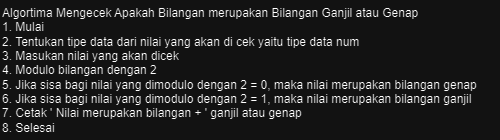
Before: 4-StudyCase-Algoritma-Ganjil Genap.drawio.png, a diagram exported from draw.io (mfdrfauzi/fwg17-computer-science). Source tidied: cells renumbered, new cells last; positions are measured from the earlier drawing's top-left corner, leaving out a move shared by most shapes. Source of this version:
```xml
<mxGraphModel>
  <root>
    <mxCell id="0" />
    <mxCell id="1" parent="0" />
    <mxCell id="2" value="Algortima Mengecek Apakah Bilangan merupakan Bilangan Ganjil atau Genap&lt;br&gt;1. Mulai&lt;br&gt;2. Tentukan tipe data dari nilai yang akan di cek yaitu tipe data num&lt;br&gt;3. Masukan nilai yang akan dicek&lt;br&gt;4. Modulo bilangan dengan 2&lt;br&gt;5. Jika sisa bagi nilai yang dimodulo dengan 2 = 0, maka nilai merupakan bilangan genap&lt;br&gt;6. Jika sisa bagi nilai yang dimodulo dengan 2 = 1, maka nilai merupakan bilangan ganjil&lt;br&gt;7. Cetak ' Nilai merupakan bilangan + ' ganjil atau genap&lt;br&gt;8. Selesai" style="text;html=1;align=left;verticalAlign=middle;strokeColor=none;fillColor=none;" parent="1" vertex="1">
      <mxGeometry width="500" height="140" as="geometry" />
    </mxCell>
  </root>
</mxGraphModel>
```
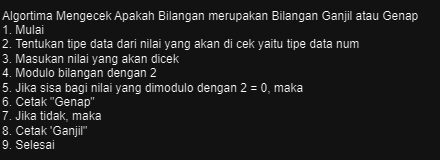
The same diagram one commit later.

What changed in the source:
```diff
@@ -2,8 +2,8 @@
   <root>
     <mxCell id="0" />
     <mxCell id="1" parent="0" />
-    <mxCell id="2" value="Algortima Mengecek Apakah Bilangan merupakan Bilangan Ganjil atau Genap&lt;br&gt;1. Mulai&lt;br&gt;2. Tentukan tipe data dari nilai yang akan di cek yaitu tipe data num&lt;br&gt;3. Masukan nilai yang akan dicek&lt;br&gt;4. Modulo bilangan dengan 2&lt;br&gt;5. Jika sisa bagi nilai yang dimodulo dengan 2 = 0, maka nilai merupakan bilangan genap&lt;br&gt;6. Jika sisa bagi nilai yang dimodulo dengan 2 = 1, maka nilai merupakan bilangan ganjil&lt;br&gt;7. Cetak ' Nilai merupakan bilangan + ' ganjil atau genap&lt;br&gt;8. Selesai" style="text;html=1;align=left;verticalAlign=middle;strokeColor=none;fillColor=none;" parent="1" vertex="1">
-      <mxGeometry width="500" height="140" as="geometry" />
+    <mxCell id="2" value="Algortima Mengecek Apakah Bilangan merupakan Bilangan Ganjil atau Genap&lt;br&gt;1. Mulai&lt;br&gt;2. Tentukan tipe data dari nilai yang akan di cek yaitu tipe data num&lt;br&gt;3. Masukan nilai yang akan dicek&lt;br&gt;4. Modulo bilangan dengan 2&lt;br&gt;5. Jika sisa bagi nilai yang dimodulo dengan 2 = 0, maka&lt;br&gt;6. Cetak &quot;Genap&quot;&lt;br&gt;7. Jika tidak, maka&lt;br&gt;8. Cetak 'Ganjil&quot;&lt;br&gt;9. Selesai" style="text;html=1;align=left;verticalAlign=middle;strokeColor=none;fillColor=none;" parent="1" vertex="1">
+      <mxGeometry width="440" height="160" as="geometry" />
     </mxCell>
   </root>
 </mxGraphModel>
```
